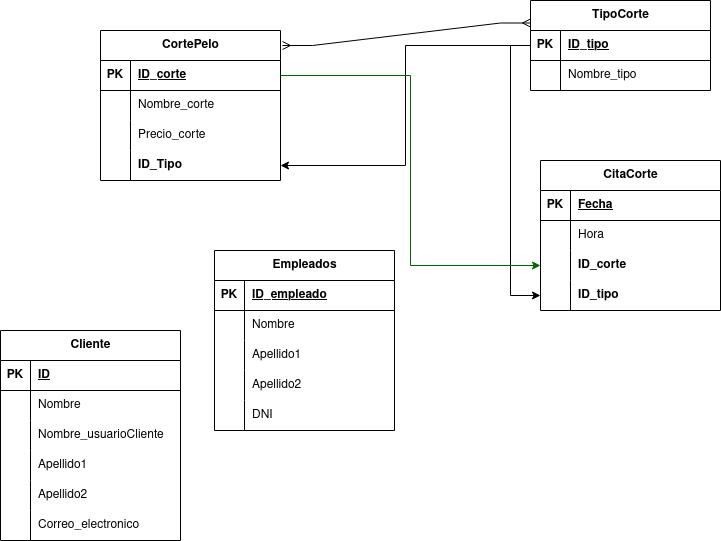
Before: doc/entidad_relacion/DrawIO/Entidad-Relacion.png, a diagram exported from draw.io (Jorgeev27/Servicio-Peluqueria). Source tidied: cells renumbered, new cells last; positions are measured from the earlier drawing's top-left corner, leaving out a move shared by most shapes.
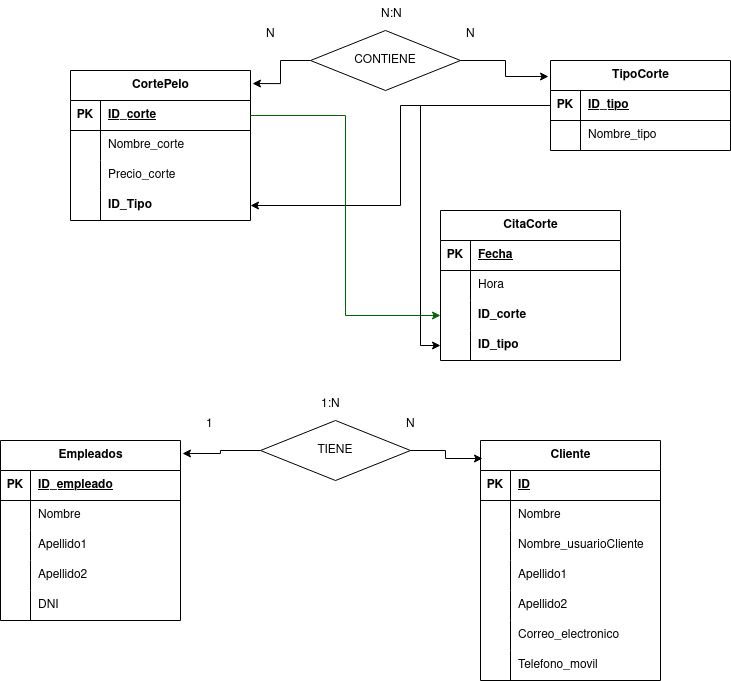
After the change.

The edit, as a diff of the source:
```diff
@@ -2,11 +2,8 @@
   <root>
     <mxCell id="0" />
     <mxCell id="1" parent="0" />
-    <mxCell id="2" style="edgeStyle=entityRelationEdgeStyle;fontSize=12;html=1;endArrow=ERmany;startArrow=ERmany;rounded=0;exitX=1.011;exitY=0.1;exitDx=0;exitDy=0;exitPerimeter=0;entryX=0;entryY=0.25;entryDx=0;entryDy=0;" parent="1" edge="1" source="22" target="35">
-      <mxGeometry relative="1" as="geometry" />
-    </mxCell>
     <mxCell id="3" value="Cliente" style="shape=table;startSize=30;rowLines=0;fontStyle=1;align=center;html=1;" parent="1" vertex="1">
-      <mxGeometry y="330" width="180" height="210" as="geometry" />
+      <mxGeometry x="460" y="380" width="180" height="240" as="geometry" />
     </mxCell>
     <mxCell id="4" style="shape=tableRow;horizontal=0;startSize=0;swimlaneHead=0;swimlaneBody=0;fillColor=none;top=0;left=0;right=0;bottom=1;" parent="3" vertex="1">
       <mxGeometry y="30" width="180" height="30" as="geometry" />
@@ -62,8 +59,17 @@
     <mxCell id="21" value="Correo_electronico" style="shape=partialRectangle;fillColor=none;top=0;left=0;bottom=0;right=0;align=left;spacingLeft=6;overflow=hidden;whiteSpace=wrap;html=1;" parent="19" vertex="1">
       <mxGeometry x="30" width="150" height="30" as="geometry" />
     </mxCell>
+    <mxCell id="74" style="shape=tableRow;horizontal=0;startSize=0;swimlaneHead=0;swimlaneBody=0;fillColor=none;top=0;left=0;right=0;bottom=0;" parent="3" vertex="1">
+      <mxGeometry y="210" width="180" height="30" as="geometry" />
+    </mxCell>
+    <mxCell id="75" style="shape=partialRectangle;fillColor=none;top=0;left=0;bottom=0;right=0;overflow=hidden;whiteSpace=wrap;html=1;" parent="74" vertex="1">
+      <mxGeometry width="30" height="30" as="geometry" />
+    </mxCell>
+    <mxCell id="76" value="Telefono_movil" style="shape=partialRectangle;fillColor=none;top=0;left=0;bottom=0;right=0;align=left;spacingLeft=6;overflow=hidden;whiteSpace=wrap;html=1;" parent="74" vertex="1">
+      <mxGeometry x="30" width="150" height="30" as="geometry" />
+    </mxCell>
     <mxCell id="22" value="CortePelo" style="shape=table;startSize=30;rowLines=0;fontStyle=1;align=center;html=1;" parent="1" vertex="1">
-      <mxGeometry x="100" y="30" width="180" height="150" as="geometry" />
+      <mxGeometry x="50" y="10" width="180" height="150" as="geometry" />
     </mxCell>
     <mxCell id="23" style="shape=tableRow;horizontal=0;startSize=0;swimlaneHead=0;swimlaneBody=0;fillColor=none;points=[[0,0.5],[1,0.5]];portConstraint=eastwest;top=0;left=0;right=0;bottom=1;" parent="22" vertex="1">
       <mxGeometry y="30" width="180" height="30" as="geometry" />
@@ -123,7 +129,7 @@
       <mxGeometry x="30" width="150" height="30" as="geometry" />
     </mxCell>
     <mxCell id="42" value="Empleados" style="shape=table;startSize=30;rowLines=0;fontStyle=1;align=center;html=1;" parent="1" vertex="1">
-      <mxGeometry x="214" y="250" width="180" height="180" as="geometry" />
+      <mxGeometry x="-20" y="380" width="180" height="180" as="geometry" />
     </mxCell>
     <mxCell id="43" style="shape=tableRow;horizontal=0;startSize=0;swimlaneHead=0;swimlaneBody=0;fillColor=none;top=0;left=0;right=0;bottom=1;" parent="42" vertex="1">
       <mxGeometry y="30" width="180" height="30" as="geometry" />
@@ -171,7 +177,7 @@
       <mxGeometry x="30" width="150" height="30" as="geometry" />
     </mxCell>
     <mxCell id="58" value="CitaCorte" style="shape=table;startSize=30;rowLines=0;fontStyle=1;align=center;html=1;" parent="1" vertex="1">
-      <mxGeometry x="540" y="160" width="180" height="150" as="geometry" />
+      <mxGeometry x="420" y="150" width="180" height="150" as="geometry" />
     </mxCell>
     <mxCell id="59" style="shape=tableRow;horizontal=0;startSize=0;swimlaneHead=0;swimlaneBody=0;fillColor=none;top=0;left=0;right=0;bottom=1;" parent="58" vertex="1">
       <mxGeometry y="30" width="180" height="30" as="geometry" />
@@ -218,5 +224,41 @@
     <mxCell id="73" style="edgeStyle=orthogonalEdgeStyle;rounded=0;jettySize=auto;html=1;exitX=1;exitY=0.5;exitDx=0;exitDy=0;entryX=0;entryY=0.5;entryDx=0;entryDy=0;fillColor=#00FFFF;strokeColor=#006600;" parent="1" edge="1" source="23" target="65">
       <mxGeometry relative="1" as="geometry" />
     </mxCell>
+    <mxCell id="77" style="edgeStyle=orthogonalEdgeStyle;rounded=0;jettySize=auto;html=1;exitX=0;exitY=0.5;exitDx=0;exitDy=0;entryX=1.011;entryY=0.072;entryDx=0;entryDy=0;entryPerimeter=0;" parent="1" edge="1" source="79" target="42">
+      <mxGeometry relative="1" as="geometry" />
+    </mxCell>
+    <mxCell id="78" style="edgeStyle=orthogonalEdgeStyle;rounded=0;jettySize=auto;html=1;entryX=0.011;entryY=0.075;entryDx=0;entryDy=0;entryPerimeter=0;" parent="1" edge="1" source="79" target="3">
+      <mxGeometry relative="1" as="geometry" />
+    </mxCell>
+    <mxCell id="79" value="TIENE" style="shape=rhombus;perimeter=rhombusPerimeter;whiteSpace=wrap;html=1;align=center;" parent="1" vertex="1">
+      <mxGeometry x="240" y="360" width="150" height="60" as="geometry" />
+    </mxCell>
+    <mxCell id="80" value="1" style="text;strokeColor=none;fillColor=none;spacingLeft=4;spacingRight=4;overflow=hidden;fontSize=12;whiteSpace=wrap;html=1;" parent="1" vertex="1">
+      <mxGeometry x="180" y="350" width="40" height="30" as="geometry" />
+    </mxCell>
+    <mxCell id="81" value="N" style="text;strokeColor=none;fillColor=none;spacingLeft=4;spacingRight=4;overflow=hidden;fontSize=12;whiteSpace=wrap;html=1;" parent="1" vertex="1">
+      <mxGeometry x="380" y="350" width="40" height="30" as="geometry" />
+    </mxCell>
+    <mxCell id="82" value="1:N" style="text;strokeColor=none;fillColor=none;spacingLeft=4;spacingRight=4;overflow=hidden;fontSize=12;whiteSpace=wrap;html=1;" parent="1" vertex="1">
+      <mxGeometry x="295" y="330" width="40" height="30" as="geometry" />
+    </mxCell>
+    <mxCell id="83" style="edgeStyle=orthogonalEdgeStyle;rounded=0;jettySize=auto;html=1;exitX=1;exitY=0.5;exitDx=0;exitDy=0;entryX=-0.011;entryY=0.178;entryDx=0;entryDy=0;entryPerimeter=0;" parent="1" edge="1" source="85" target="35">
+      <mxGeometry relative="1" as="geometry" />
+    </mxCell>
+    <mxCell id="84" style="edgeStyle=orthogonalEdgeStyle;rounded=0;jettySize=auto;html=1;exitX=0;exitY=0.5;exitDx=0;exitDy=0;entryX=1.011;entryY=0.087;entryDx=0;entryDy=0;entryPerimeter=0;" parent="1" edge="1" source="85" target="22">
+      <mxGeometry relative="1" as="geometry" />
+    </mxCell>
+    <mxCell id="85" value="CONTIENE" style="shape=rhombus;perimeter=rhombusPerimeter;whiteSpace=wrap;html=1;align=center;" parent="1" vertex="1">
+      <mxGeometry x="290" y="-30" width="150" height="60" as="geometry" />
+    </mxCell>
+    <mxCell id="86" value="N" style="text;strokeColor=none;fillColor=none;spacingLeft=4;spacingRight=4;overflow=hidden;fontSize=12;whiteSpace=wrap;html=1;" parent="1" vertex="1">
+      <mxGeometry x="240" y="-40" width="40" height="30" as="geometry" />
+    </mxCell>
+    <mxCell id="87" value="N" style="text;strokeColor=none;fillColor=none;spacingLeft=4;spacingRight=4;overflow=hidden;fontSize=12;whiteSpace=wrap;html=1;" parent="1" vertex="1">
+      <mxGeometry x="440" y="-40" width="40" height="30" as="geometry" />
+    </mxCell>
+    <mxCell id="88" value="N:N" style="text;strokeColor=none;fillColor=none;spacingLeft=4;spacingRight=4;overflow=hidden;fontSize=12;whiteSpace=wrap;html=1;" parent="1" vertex="1">
+      <mxGeometry x="355" y="-60" width="40" height="30" as="geometry" />
+    </mxCell>
   </root>
 </mxGraphModel>
```
